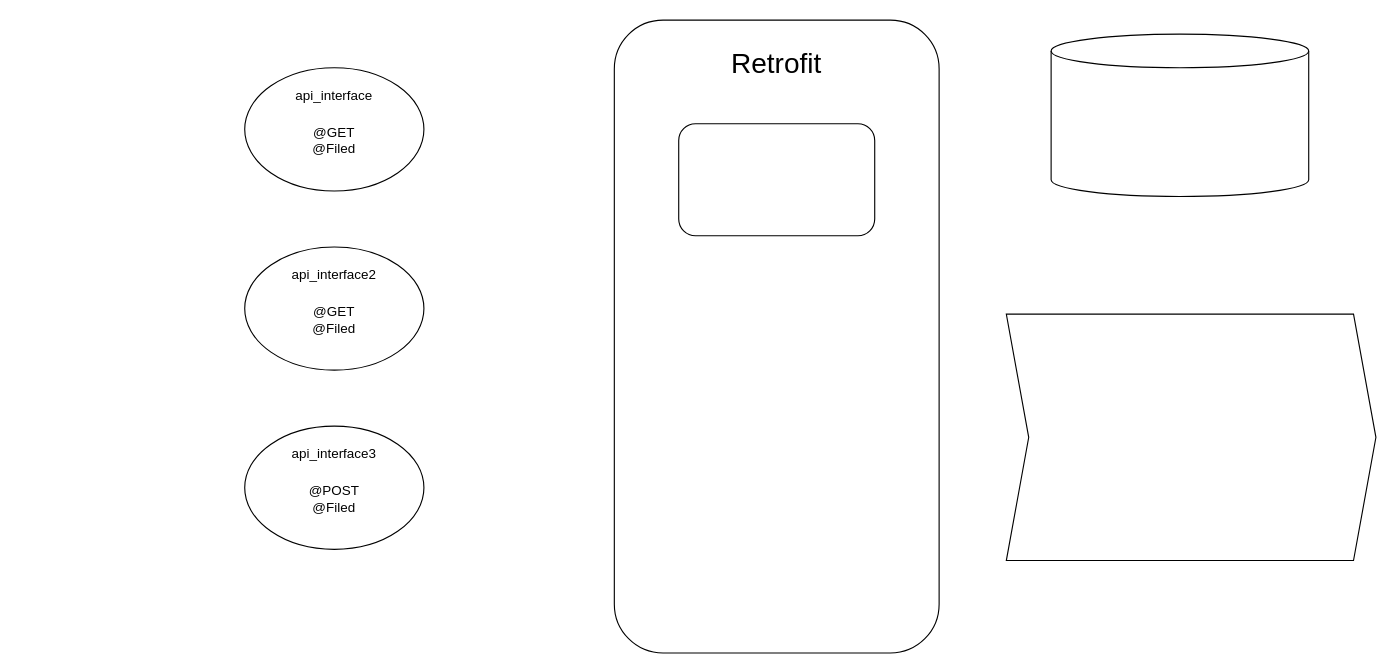
LongerLonge/jormun_drawio_repo keeps this draw.io diagram as myretrofit.drawio. Above is the earlier version. Source tidied: cells renumbered, new cells numbered last; positions are measured from the earlier drawing's top-left corner, leaving out a move shared by most shapes. Both pictures are drawn from the tidied source at 112%, with x=0, y=0 at pixel (244, 20).
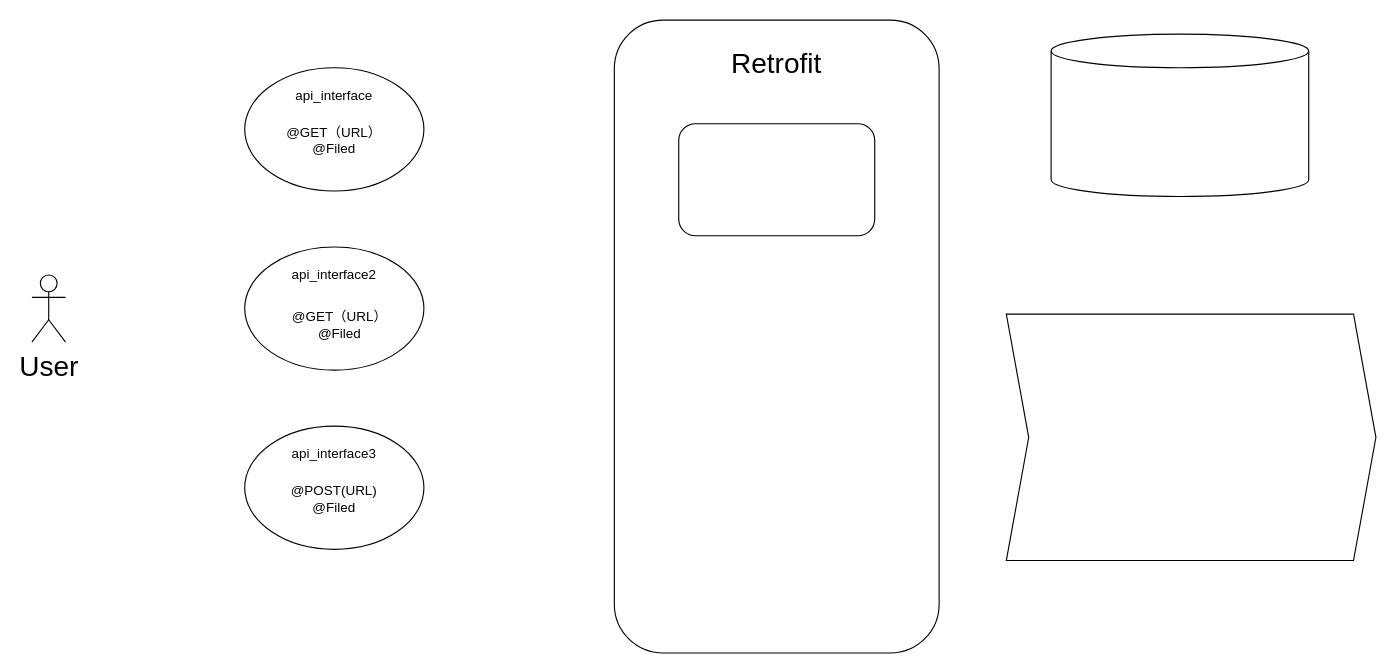
Above is the later version.

The edit, as a diff of the source:
```diff
@@
 <mxGraphModel>
   <root>
     <mxCell id="0" />
     <mxCell id="1" parent="0" />
     <mxCell id="2" style="ellipse;whiteSpace=wrap;html=1;" parent="1" vertex="1">
       <mxGeometry y="42" width="160" height="110" as="geometry" />
     </mxCell>
     <mxCell id="3" style="ellipse;whiteSpace=wrap;html=1;" parent="1" vertex="1">
       <mxGeometry y="202" width="160" height="110" as="geometry" />
     </mxCell>
     <mxCell id="4" style="ellipse;whiteSpace=wrap;html=1;" parent="1" vertex="1">
       <mxGeometry y="362" width="160" height="110" as="geometry" />
     </mxCell>
     <mxCell id="5" style="rounded=1;whiteSpace=wrap;html=1;" parent="1" vertex="1">
       <mxGeometry x="330" y="-0.5" width="290" height="565" as="geometry" />
     </mxCell>
     <mxCell id="6" style="shape=cylinder3;whiteSpace=wrap;html=1;boundedLbl=1;backgroundOutline=1;size=15;" parent="1" vertex="1">
       <mxGeometry x="720" y="12" width="230" height="145" as="geometry" />
     </mxCell>
     <mxCell id="7" style="shape=step;perimeter=stepPerimeter;whiteSpace=wrap;html=1;fixedSize=1;" parent="1" vertex="1">
       <mxGeometry x="680" y="262" width="330" height="220" as="geometry" />
     </mxCell>
     <mxCell id="8" value="api_interface" style="text;html=1;strokeColor=none;fillColor=none;align=center;verticalAlign=middle;whiteSpace=wrap;rounded=0;" parent="1" vertex="1">
       <mxGeometry x="50" y="52" width="60" height="30" as="geometry" />
     </mxCell>
     <mxCell id="9" value="api_interface2" style="text;html=1;strokeColor=none;fillColor=none;align=center;verticalAlign=middle;whiteSpace=wrap;rounded=0;" parent="1" vertex="1">
       <mxGeometry x="50" y="212" width="60" height="30" as="geometry" />
     </mxCell>
     <mxCell id="10" value="api_interface3" style="text;html=1;strokeColor=none;fillColor=none;align=center;verticalAlign=middle;whiteSpace=wrap;rounded=0;" parent="1" vertex="1">
       <mxGeometry x="50" y="372" width="60" height="30" as="geometry" />
     </mxCell>
-    <mxCell id="11" value="@GET&lt;br&gt;@Filed" style="text;html=1;strokeColor=none;fillColor=none;align=center;verticalAlign=middle;whiteSpace=wrap;rounded=0;" parent="1" vertex="1">
-      <mxGeometry x="50" y="92" width="60" height="30" as="geometry" />
+    <mxCell id="11" value="@GET（URL）&lt;br&gt;@Filed" style="text;html=1;strokeColor=none;fillColor=none;align=center;verticalAlign=middle;whiteSpace=wrap;rounded=0;" parent="1" vertex="1">
+      <mxGeometry x="35" y="92" width="90" height="30" as="geometry" />
     </mxCell>
-    <mxCell id="12" value="@GET&lt;br&gt;@Filed" style="text;html=1;strokeColor=none;fillColor=none;align=center;verticalAlign=middle;whiteSpace=wrap;rounded=0;" parent="1" vertex="1">
-      <mxGeometry x="50" y="252" width="60" height="30" as="geometry" />
-    </mxCell>
-    <mxCell id="13" value="@POST&lt;br&gt;@Filed" style="text;html=1;strokeColor=none;fillColor=none;align=center;verticalAlign=middle;whiteSpace=wrap;rounded=0;" parent="1" vertex="1">
+    <mxCell id="13" value="@POST(URL)&lt;br&gt;@Filed" style="text;html=1;strokeColor=none;fillColor=none;align=center;verticalAlign=middle;whiteSpace=wrap;rounded=0;" parent="1" vertex="1">
       <mxGeometry x="50" y="412" width="60" height="30" as="geometry" />
     </mxCell>
     <mxCell id="14" style="rounded=1;whiteSpace=wrap;html=1;" parent="1" vertex="1">
       <mxGeometry x="387.5" y="92" width="175" height="100" as="geometry" />
     </mxCell>
     <mxCell id="15" value="&lt;font style=&quot;font-size: 25px;&quot;&gt;Retrofit&lt;/font&gt;" style="text;html=1;strokeColor=none;fillColor=none;align=center;verticalAlign=middle;whiteSpace=wrap;rounded=0;" parent="1" vertex="1">
       <mxGeometry x="445" y="22" width="60" height="30" as="geometry" />
     </mxCell>
+    <mxCell id="16" value="User" style="shape=umlActor;verticalLabelPosition=bottom;verticalAlign=top;html=1;fontSize=25;" parent="1" vertex="1">
+      <mxGeometry x="-190" y="227" width="30" height="60" as="geometry" />
+    </mxCell>
+    <mxCell id="17" value="@GET（URL）&lt;br&gt;@Filed" style="text;html=1;strokeColor=none;fillColor=none;align=center;verticalAlign=middle;whiteSpace=wrap;rounded=0;" parent="1" vertex="1">
+      <mxGeometry x="40" y="257" width="90" height="30" as="geometry" />
+    </mxCell>
   </root>
 </mxGraphModel>
```
